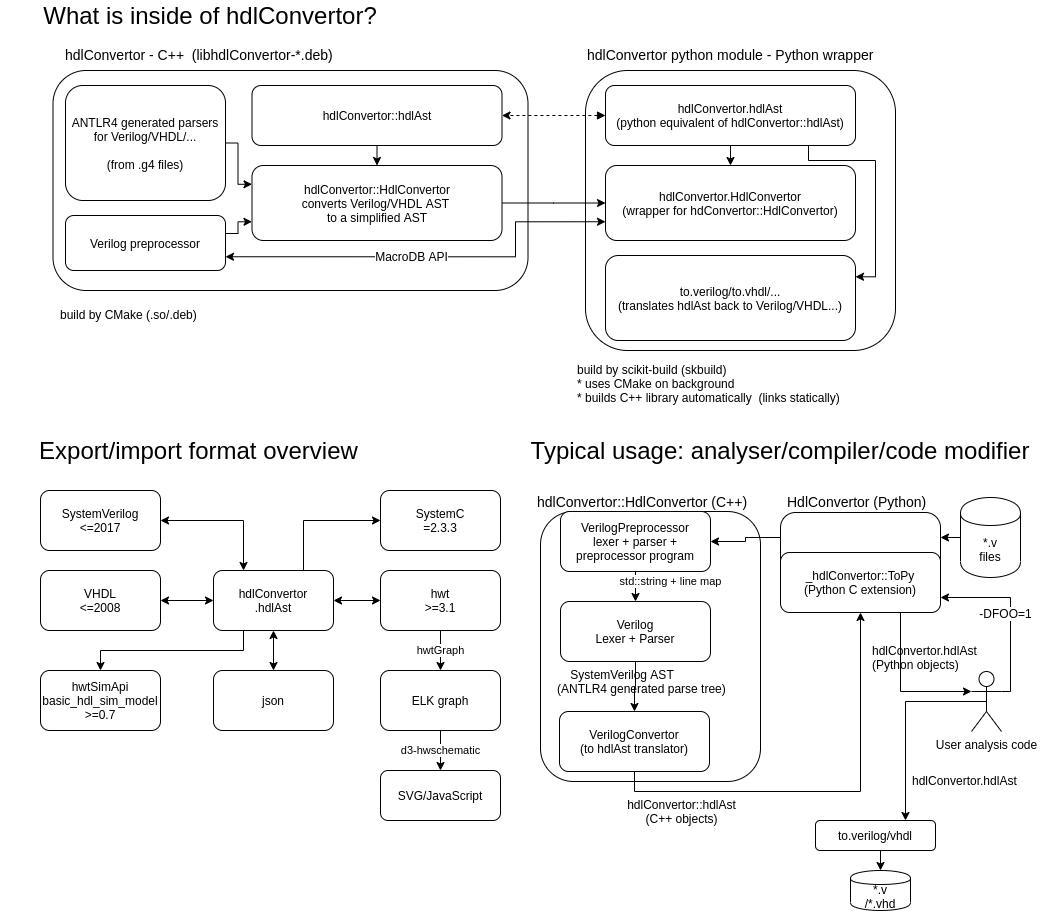
bushbecky/hdlConvertor keeps this draw.io diagram as doc/hdlConvertor_overview.png. Above is the earlier version. Source tidied: cells renumbered, new cells last; positions are measured from the earlier drawing's top-left corner, leaving out a move shared by most shapes.
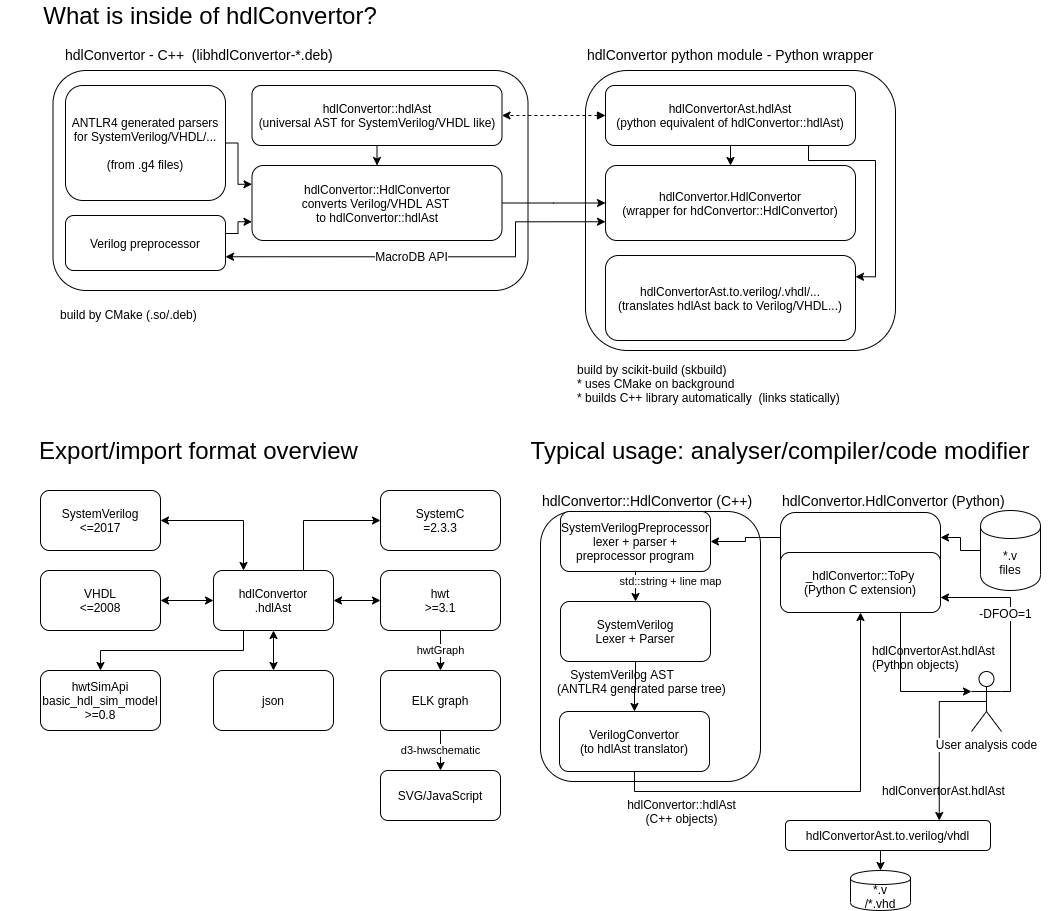
After the change.

Diff of the diagram source:
```diff
@@ -22,7 +22,7 @@
         </Array>
       </mxGeometry>
     </mxCell>
-    <mxCell id="7" value="&lt;div&gt;ANTLR4 generated parsers for Verilog/VHDL/...&lt;/div&gt;&lt;div&gt;&lt;br&gt;&lt;/div&gt;&lt;div&gt;(from .g4 files)&lt;br&gt;&lt;/div&gt;" style="rounded=1;whiteSpace=wrap;html=1;" parent="1" vertex="1">
+    <mxCell id="7" value="&lt;div&gt;ANTLR4 generated parsers for SystemVerilog/VHDL/...&lt;/div&gt;&lt;div&gt;&lt;br&gt;&lt;/div&gt;&lt;div&gt;(from .g4 files)&lt;br&gt;&lt;/div&gt;" style="rounded=1;whiteSpace=wrap;html=1;" parent="1" vertex="1">
       <mxGeometry x="65" y="85" width="160" height="115" as="geometry" />
     </mxCell>
     <mxCell id="8" style="edgeStyle=orthogonalEdgeStyle;rounded=0;jettySize=auto;html=1;exitX=1;exitY=0.5;exitDx=0;exitDy=0;entryX=0;entryY=0.75;entryDx=0;entryDy=0;startArrow=none;startFill=0;" parent="1" edge="1" source="9" target="13">
@@ -39,13 +39,13 @@
     <mxCell id="10" style="edgeStyle=orthogonalEdgeStyle;rounded=0;jettySize=auto;html=1;exitX=0.5;exitY=1;exitDx=0;exitDy=0;entryX=0.5;entryY=0;entryDx=0;entryDy=0;" parent="1" edge="1" source="11" target="13">
       <mxGeometry relative="1" as="geometry" />
     </mxCell>
-    <mxCell id="11" value="&lt;div&gt;hdlConvertor::hdlAst&lt;/div&gt;" style="rounded=1;whiteSpace=wrap;html=1;" parent="1" vertex="1">
+    <mxCell id="11" value="&lt;div&gt;hdlConvertor::hdlAst&lt;/div&gt;&lt;div&gt;(universal AST for SystemVerilog/VHDL like)&lt;/div&gt;" style="rounded=1;whiteSpace=wrap;html=1;" parent="1" vertex="1">
       <mxGeometry x="251.5" y="85" width="250" height="60" as="geometry" />
     </mxCell>
     <mxCell id="12" value="&lt;div&gt;&lt;font style=&quot;font-size: 14px&quot;&gt;hdlConvertor python module - Python wrapper&lt;/font&gt;&lt;/div&gt;" style="text;html=1;" parent="1" vertex="1">
       <mxGeometry x="585" y="40" width="280" height="20" as="geometry" />
     </mxCell>
-    <mxCell id="13" value="&lt;div&gt;hdlConvertor::HdlConvertor&lt;/div&gt;&lt;div&gt; converts Verilog/VHDL AST &lt;br&gt;&lt;/div&gt;&lt;div&gt;to a simplified AST&lt;/div&gt;" style="rounded=1;whiteSpace=wrap;html=1;" parent="1" vertex="1">
+    <mxCell id="13" value="&lt;div&gt;hdlConvertor::HdlConvertor&lt;/div&gt;&lt;div&gt; converts Verilog/VHDL AST &lt;br&gt;&lt;/div&gt;&lt;div&gt;to&amp;nbsp;&lt;span&gt;hdlConvertor::hdlAst&lt;/span&gt;&lt;/div&gt;" style="rounded=1;whiteSpace=wrap;html=1;" parent="1" vertex="1">
       <mxGeometry x="251.5" y="165" width="250" height="75" as="geometry" />
     </mxCell>
     <mxCell id="14" value="build by CMake (.so/.deb)" style="text;html=1;align=left;verticalAlign=top;spacingTop=-4;" parent="1" vertex="1">
@@ -70,7 +70,7 @@
         </Array>
       </mxGeometry>
     </mxCell>
-    <mxCell id="19" value="&lt;div&gt;hdlConvertor.hdlAst&lt;/div&gt;&lt;div&gt;(python equivalent of hdlConvertor::hdlAst)&lt;br&gt;&lt;/div&gt;" style="rounded=1;whiteSpace=wrap;html=1;" parent="1" vertex="1">
+    <mxCell id="19" value="&lt;div&gt;hdlConvertorAst.hdlAst&lt;/div&gt;&lt;div&gt;(python equivalent of hdlConvertor::hdlAst)&lt;br&gt;&lt;/div&gt;" style="rounded=1;whiteSpace=wrap;html=1;" parent="1" vertex="1">
       <mxGeometry x="605" y="85" width="250" height="60" as="geometry" />
     </mxCell>
     <mxCell id="20" style="edgeStyle=orthogonalEdgeStyle;rounded=0;jettySize=auto;html=1;exitX=0;exitY=0.5;exitDx=0;exitDy=0;entryX=1;entryY=0.5;entryDx=0;entryDy=0;startArrow=classic;startFill=1;endArrow=none;endFill=0;" parent="1" edge="1" source="23" target="13">
@@ -96,7 +96,7 @@
     <mxCell id="23" value="&lt;div&gt;hdlConvertor.HdlConvertor&lt;/div&gt;&lt;div&gt;(wrapper for hdConvertor::HdlConvertor)&lt;br&gt;&lt;/div&gt;" style="rounded=1;whiteSpace=wrap;html=1;" parent="1" vertex="1">
       <mxGeometry x="605" y="165" width="250" height="75" as="geometry" />
     </mxCell>
-    <mxCell id="24" value="&lt;div&gt;to.verilog/to.vhdl/...&lt;/div&gt;&lt;div&gt;(translates hdlAst back to Verilog/VHDL...)&lt;br&gt;&lt;/div&gt;" style="rounded=1;whiteSpace=wrap;html=1;" parent="1" vertex="1">
+    <mxCell id="24" value="&lt;div&gt;hdlConvertorAst.to.verilog/.vhdl/...&lt;/div&gt;&lt;div&gt;(translates hdlAst back to Verilog/VHDL...)&lt;br&gt;&lt;/div&gt;" style="rounded=1;whiteSpace=wrap;html=1;" parent="1" vertex="1">
       <mxGeometry x="605" y="255" width="250" height="85" as="geometry" />
     </mxCell>
     <mxCell id="25" value="&lt;font style=&quot;font-size: 24px&quot;&gt;Typical usage: analyser/compiler/code modifier&lt;br&gt;&lt;/font&gt;" style="text;html=1;strokeColor=none;fillColor=none;align=center;verticalAlign=middle;whiteSpace=wrap;rounded=0;" parent="1" vertex="1">
@@ -106,18 +106,18 @@
       <mxGeometry x="540" y="511" width="220" height="270" as="geometry" />
     </mxCell>
     <mxCell id="27" value="&lt;font style=&quot;font-size: 14px&quot;&gt;hdlConvertor::HdlConvertor (C++)&lt;/font&gt;" style="text;html=1;align=left;verticalAlign=top;spacingTop=-4;" parent="1" vertex="1">
-      <mxGeometry x="535" y="491" width="220" height="20" as="geometry" />
+      <mxGeometry x="540" y="490" width="220" height="20" as="geometry" />
     </mxCell>
     <mxCell id="28" value="std::string + line map" style="edgeStyle=orthogonalEdgeStyle;rounded=0;jettySize=auto;html=1;exitX=0.5;exitY=1;exitDx=0;exitDy=0;entryX=0.5;entryY=0;entryDx=0;entryDy=0;" parent="1" edge="1" source="29" target="31">
       <mxGeometry x="-0.33" y="35" relative="1" as="geometry" />
     </mxCell>
-    <mxCell id="29" value="&lt;div&gt;VerilogPreprocessor&lt;/div&gt;&lt;div&gt;lexer + parser + preprocessor program&lt;br&gt;&lt;/div&gt;" style="rounded=1;whiteSpace=wrap;html=1;" parent="1" vertex="1">
+    <mxCell id="29" value="&lt;div&gt;SystemVerilogPreprocessor&lt;/div&gt;&lt;div&gt;lexer + parser + preprocessor program&lt;br&gt;&lt;/div&gt;" style="rounded=1;whiteSpace=wrap;html=1;" parent="1" vertex="1">
       <mxGeometry x="560" y="511" width="150" height="60" as="geometry" />
     </mxCell>
     <mxCell id="30" style="edgeStyle=orthogonalEdgeStyle;rounded=0;jettySize=auto;html=1;exitX=0.5;exitY=1;exitDx=0;exitDy=0;entryX=0.5;entryY=0;entryDx=0;entryDy=0;" parent="1" edge="1" source="31" target="34">
       <mxGeometry relative="1" as="geometry" />
     </mxCell>
-    <mxCell id="31" value="&lt;div&gt;Verilog&lt;/div&gt;&lt;div&gt; Lexer + Parser&lt;/div&gt;" style="rounded=1;whiteSpace=wrap;html=1;" parent="1" vertex="1">
+    <mxCell id="31" value="&lt;div&gt;SystemVerilog&lt;/div&gt;&lt;div&gt; Lexer + Parser&lt;/div&gt;" style="rounded=1;whiteSpace=wrap;html=1;" parent="1" vertex="1">
       <mxGeometry x="560" y="601" width="150" height="60" as="geometry" />
     </mxCell>
     <mxCell id="32" style="edgeStyle=orthogonalEdgeStyle;rounded=0;jettySize=auto;html=1;exitX=0.5;exitY=1;exitDx=0;exitDy=0;entryX=0.5;entryY=1;entryDx=0;entryDy=0;" parent="1" edge="1" source="34" target="42">
@@ -140,14 +140,14 @@
     <mxCell id="37" style="rounded=1;whiteSpace=wrap;html=1;" parent="1" vertex="1">
       <mxGeometry x="780" y="512" width="160" height="100" as="geometry" />
     </mxCell>
-    <mxCell id="38" value="&lt;font style=&quot;font-size: 14px&quot;&gt;HdlConvertor (Python)&lt;/font&gt;" style="text;html=1;align=left;verticalAlign=top;spacingTop=-4;" parent="1" vertex="1">
-      <mxGeometry x="785" y="491" width="180" height="20" as="geometry" />
+    <mxCell id="38" value="&lt;font style=&quot;font-size: 14px&quot;&gt;hdlConvertor.HdlConvertor (Python)&lt;/font&gt;" style="text;html=1;align=left;verticalAlign=top;spacingTop=-4;" parent="1" vertex="1">
+      <mxGeometry x="780" y="490" width="240" height="20" as="geometry" />
     </mxCell>
     <mxCell id="39" style="edgeStyle=orthogonalEdgeStyle;rounded=0;jettySize=auto;html=1;exitX=0;exitY=0.5;exitDx=0;exitDy=0;entryX=1;entryY=0.25;entryDx=0;entryDy=0;startArrow=none;startFill=0;" parent="1" edge="1" source="40" target="37">
       <mxGeometry relative="1" as="geometry" />
     </mxCell>
     <mxCell id="40" value="&lt;div&gt;*.v&lt;/div&gt;&lt;div&gt;files&lt;br&gt;&lt;/div&gt;" style="shape=cylinder;whiteSpace=wrap;html=1;boundedLbl=1;backgroundOutline=1;" parent="1" vertex="1">
-      <mxGeometry x="960" y="497" width="60" height="80" as="geometry" />
+      <mxGeometry x="980" y="510" width="60" height="80" as="geometry" />
     </mxCell>
     <mxCell id="41" style="edgeStyle=orthogonalEdgeStyle;rounded=0;jettySize=auto;html=1;exitX=0.75;exitY=1;exitDx=0;exitDy=0;entryX=0;entryY=0.3333333333333333;entryDx=0;entryDy=0;entryPerimeter=0;" parent="1" edge="1" source="42" target="47">
       <mxGeometry relative="1" as="geometry">
@@ -159,7 +159,7 @@
     <mxCell id="42" value="&lt;div&gt;_hdlConvertor::ToPy&lt;/div&gt;&lt;div&gt;(Python C extension)&lt;br&gt;&lt;/div&gt;" style="rounded=1;whiteSpace=wrap;html=1;" parent="1" vertex="1">
       <mxGeometry x="780" y="552" width="160" height="60" as="geometry" />
     </mxCell>
-    <mxCell id="43" value="&lt;div&gt;hdlConvertor.hdlAst&lt;/div&gt;&lt;div&gt; (Python objects)&lt;/div&gt;" style="text;html=1;align=left;verticalAlign=top;spacingTop=-4;" parent="1" vertex="1">
+    <mxCell id="43" value="&lt;div&gt;hdlConvertorAst.hdlAst&lt;/div&gt;&lt;div&gt; (Python objects)&lt;/div&gt;" style="text;html=1;align=left;verticalAlign=top;spacingTop=-4;" parent="1" vertex="1">
       <mxGeometry x="870" y="641" width="140" height="30" as="geometry" />
     </mxCell>
     <mxCell id="44" style="edgeStyle=orthogonalEdgeStyle;rounded=0;jettySize=auto;html=1;exitX=1;exitY=0.3333333333333333;exitDx=0;exitDy=0;exitPerimeter=0;entryX=1;entryY=0.75;entryDx=0;entryDy=0;startArrow=none;startFill=0;" parent="1" edge="1" source="47" target="42">
@@ -175,7 +175,11 @@
       </mxGeometry>
     </mxCell>
     <mxCell id="46" style="edgeStyle=orthogonalEdgeStyle;rounded=0;jettySize=auto;html=1;exitX=0.5;exitY=0.5;exitDx=0;exitDy=0;exitPerimeter=0;entryX=0.75;entryY=0;entryDx=0;entryDy=0;startArrow=none;startFill=0;endArrow=classic;endFill=1;" parent="1" edge="1" source="47" target="49">
-      <mxGeometry relative="1" as="geometry" />
+      <mxGeometry relative="1" as="geometry">
+        <Array as="points">
+          <mxPoint x="939" y="701" />
+        </Array>
+      </mxGeometry>
     </mxCell>
     <mxCell id="47" value="User analysis code" style="shape=umlActor;verticalLabelPosition=bottom;labelBackgroundColor=#ffffff;verticalAlign=top;html=1;outlineConnect=0;" parent="1" vertex="1">
       <mxGeometry x="971" y="671" width="30" height="60" as="geometry" />
@@ -183,14 +187,14 @@
     <mxCell id="48" style="edgeStyle=orthogonalEdgeStyle;rounded=0;jettySize=auto;html=1;exitX=0.5;exitY=1;exitDx=0;exitDy=0;entryX=0.5;entryY=0;entryDx=0;entryDy=0;startArrow=none;startFill=0;endArrow=classic;endFill=1;" parent="1" edge="1" source="49" target="50">
       <mxGeometry relative="1" as="geometry" />
     </mxCell>
-    <mxCell id="49" value="to.verilog/vhdl" style="rounded=1;whiteSpace=wrap;html=1;" parent="1" vertex="1">
-      <mxGeometry x="815" y="820" width="120" height="30" as="geometry" />
+    <mxCell id="49" value="hdlConvertorAst.to.verilog/vhdl" style="rounded=1;whiteSpace=wrap;html=1;" parent="1" vertex="1">
+      <mxGeometry x="785" y="820" width="205" height="30" as="geometry" />
     </mxCell>
     <mxCell id="50" value="&lt;div&gt;*.v&lt;/div&gt;/*.vhd" style="shape=cylinder;whiteSpace=wrap;html=1;boundedLbl=1;backgroundOutline=1;" parent="1" vertex="1">
       <mxGeometry x="850" y="870" width="60" height="40" as="geometry" />
     </mxCell>
-    <mxCell id="51" value="&lt;div&gt;hdlConvertor.hdlAst&lt;/div&gt;" style="text;html=1;align=left;verticalAlign=top;spacingTop=-4;" parent="1" vertex="1">
-      <mxGeometry x="910" y="771" width="120" height="20" as="geometry" />
+    <mxCell id="51" value="&lt;div&gt;hdlConvertorAst.hdlAst&lt;/div&gt;" style="text;html=1;align=left;verticalAlign=top;spacingTop=-4;" parent="1" vertex="1">
+      <mxGeometry x="880" y="781" width="140" height="20" as="geometry" />
     </mxCell>
     <mxCell id="52" style="edgeStyle=orthogonalEdgeStyle;rounded=0;jettySize=auto;html=1;exitX=0.75;exitY=0;exitDx=0;exitDy=0;entryX=0;entryY=0.5;entryDx=0;entryDy=0;" parent="1" edge="1" source="59" target="68">
       <mxGeometry relative="1" as="geometry">
@@ -236,7 +240,7 @@
     <mxCell id="63" value="SVG/JavaScript" style="rounded=1;whiteSpace=wrap;html=1;" parent="1" vertex="1">
       <mxGeometry x="380" y="770" width="120" height="50" as="geometry" />
     </mxCell>
-    <mxCell id="64" value="&lt;div&gt;hwtSimApi&lt;/div&gt;&lt;div&gt;basic_hdl_sim_model&lt;br&gt;&lt;/div&gt;&lt;div&gt;&amp;gt;=0.7&lt;br&gt;&lt;/div&gt;" style="rounded=1;whiteSpace=wrap;html=1;" parent="1" vertex="1">
+    <mxCell id="64" value="&lt;div&gt;hwtSimApi&lt;/div&gt;&lt;div&gt;basic_hdl_sim_model&lt;br&gt;&lt;/div&gt;&lt;div&gt;&amp;gt;=0.8&lt;br&gt;&lt;/div&gt;" style="rounded=1;whiteSpace=wrap;html=1;" parent="1" vertex="1">
       <mxGeometry x="40" y="670" width="120" height="60" as="geometry" />
     </mxCell>
     <mxCell id="65" value="&lt;div&gt;VHDL&lt;/div&gt;&lt;div&gt; &amp;lt;=2008&lt;/div&gt;" style="rounded=1;whiteSpace=wrap;html=1;" parent="1" vertex="1">
```
